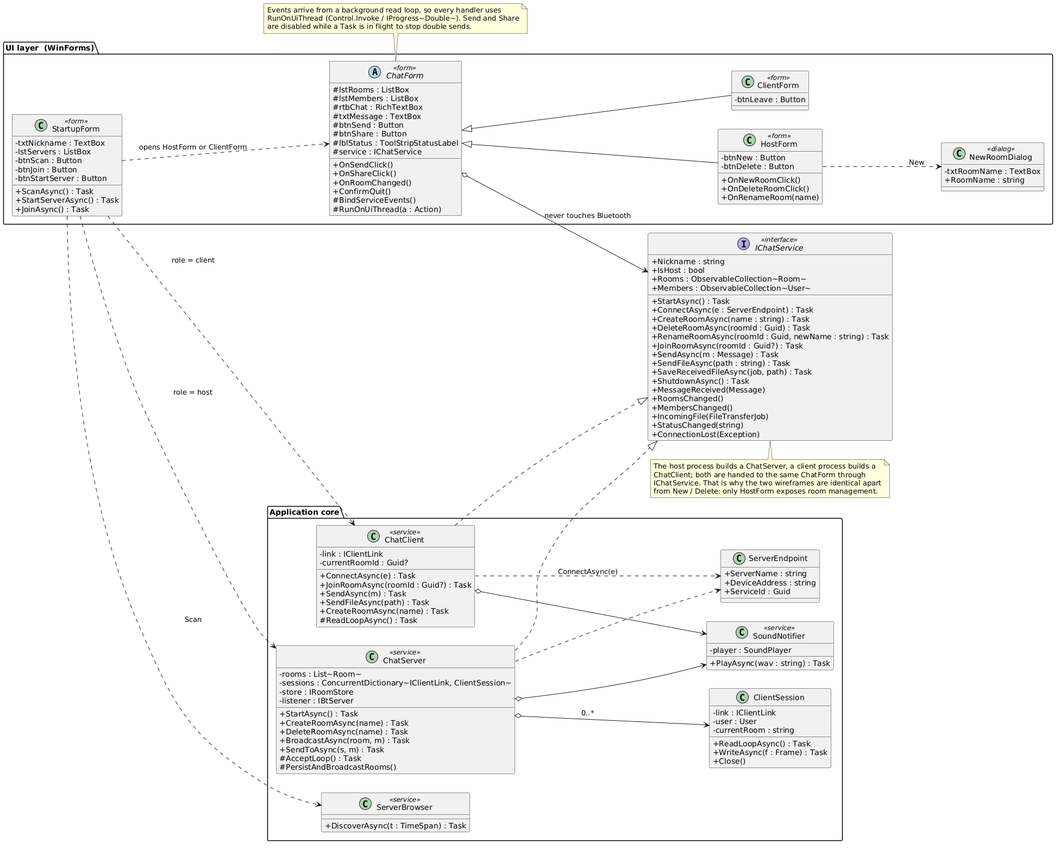
Above: docs/umls/png/02-class-ui-and-services.png in fiefdx/Lantern (PlantUML), before the change.
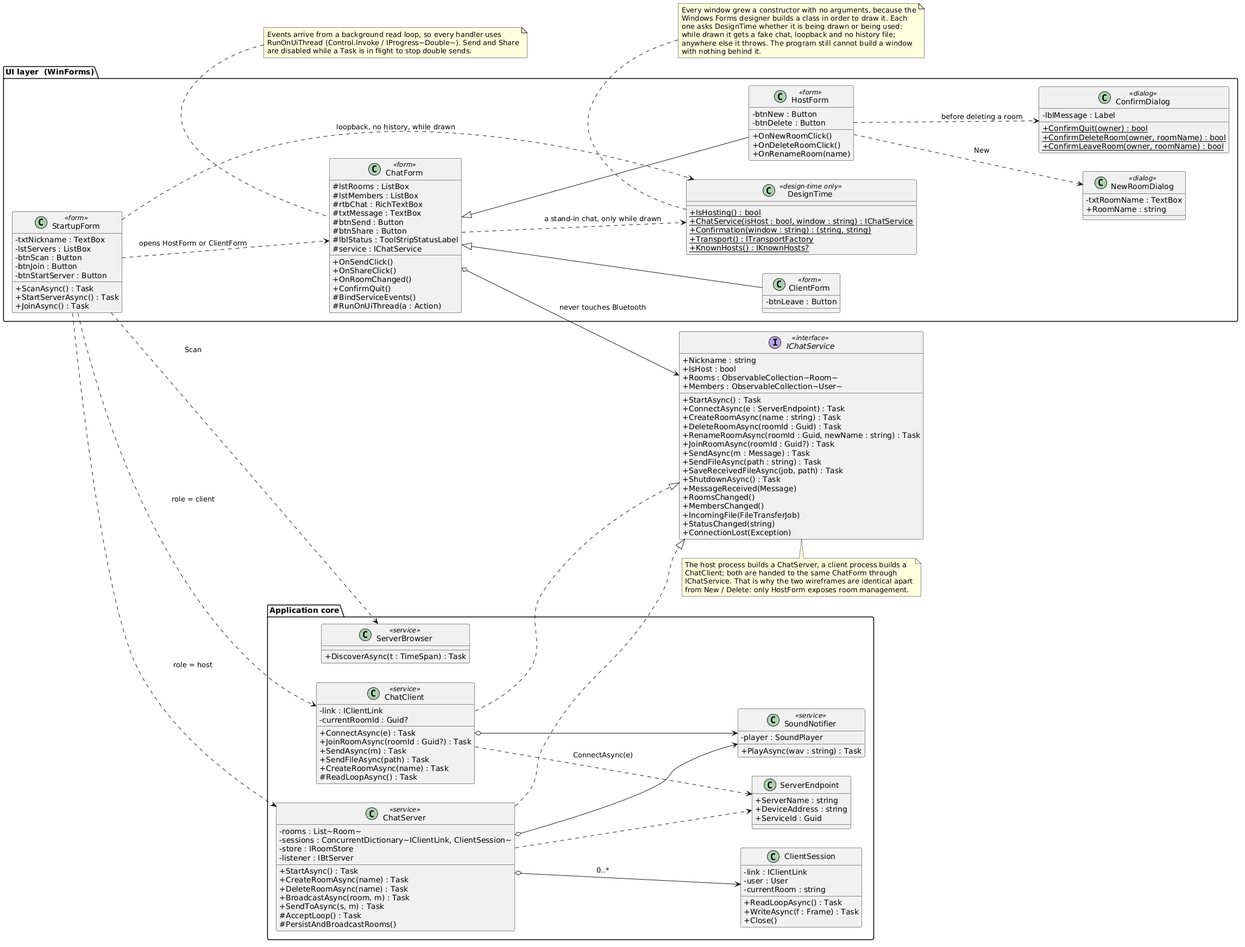
The same diagram one commit later.

Diff of the diagram source:
```diff
@@ -14,7 +14,7 @@
     + JoinAsync() : Task
   }
 
-  abstract class ChatForm <<form>> {
+  class ChatForm <<form>> {
     # lstRooms : ListBox
     # lstMembers : ListBox
     # rtbChat : RichTextBox
@@ -46,6 +46,21 @@
   class NewRoomDialog <<dialog>> {
     - txtRoomName : TextBox
     + RoomName : string
+  }
+
+  class ConfirmDialog <<dialog>> {
+    - lblMessage : Label
+    + {static} ConfirmQuit(owner) : bool
+    + {static} ConfirmDeleteRoom(owner, roomName) : bool
+    + {static} ConfirmLeaveRoom(owner, roomName) : bool
+  }
+
+  class DesignTime <<design-time only>> {
+    + {static} IsHosting() : bool
+    + {static} ChatService(isHost : bool, window : string) : IChatService
+    + {static} Confirmation(window : string) : (string, string)
+    + {static} Transport() : ITransportFactory
+    + {static} KnownHosts() : IKnownHosts?
   }
 }
 
@@ -130,7 +145,10 @@
 StartupForm ..> ChatClient : role = client
 StartupForm ..> ServerBrowser : "Scan"
 HostForm ..> NewRoomDialog : "New"
+HostForm ..> ConfirmDialog : before deleting a room
 ChatForm o--> IChatService : never touches Bluetooth
+StartupForm ..> DesignTime : loopback, no history, while drawn
+ChatForm ..> DesignTime : a stand-in chat, only while drawn
 
 ChatServer ..|> IChatService
 ChatClient ..|> IChatService
@@ -152,4 +170,14 @@
   RunOnUiThread (Control.Invoke / IProgress~Double~). Send and Share
   are disabled while a Task is in flight to stop double sends.
 end note
+
+note bottom of DesignTime
+  Every window grew a constructor with no arguments, because the
+  Windows Forms designer builds a class in order to draw it. Each
+  one asks DesignTime whether it is being drawn or being used:
+  while drawn it gets a fake chat, loopback and no history file;
+  anywhere else it throws. The program still cannot build a window
+  with nothing behind it.
+end note
+
 @enduml
```
